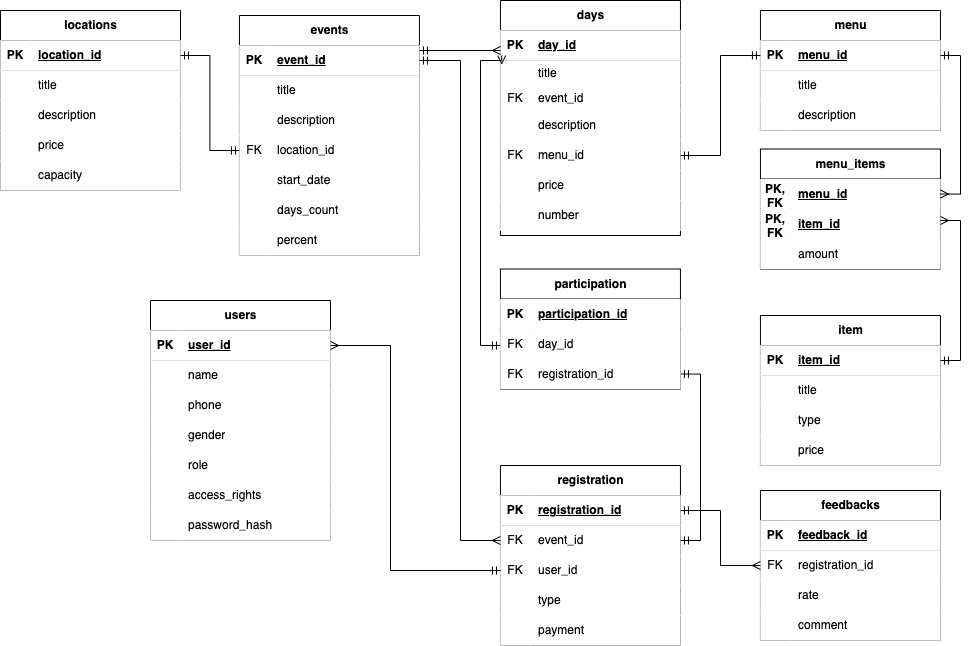
This is docs/database/images/db.png from Kori-Tamashi/Eventor, a draw.io export, as it was before one commit. Source tidied: cells renumbered, new cells last; positions are measured from the earlier drawing's top-left corner, leaving out a move shared by most shapes.
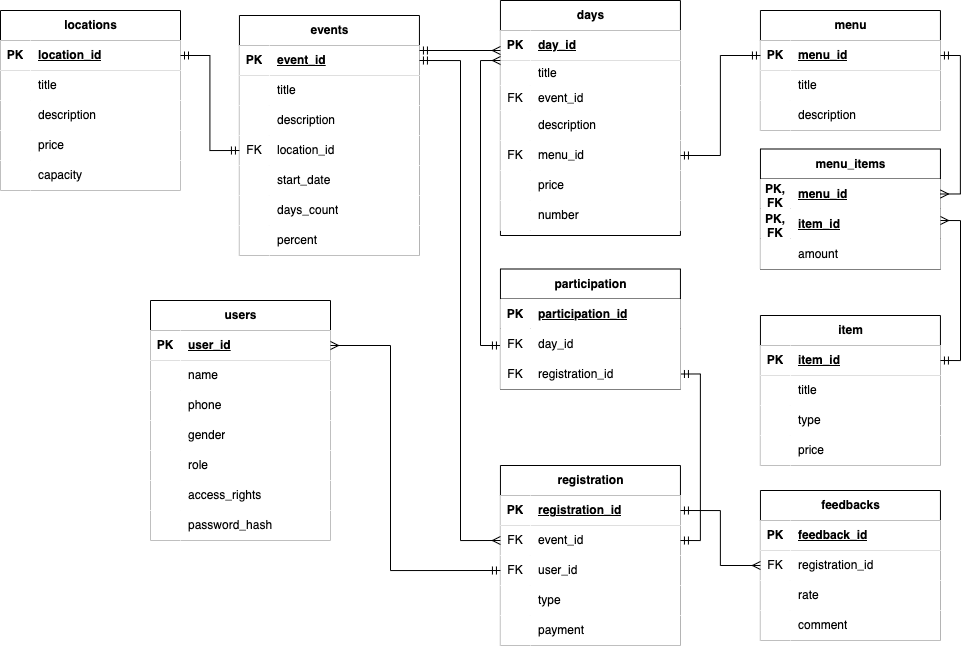
After the commit.

Diff of the diagram source:
```diff
@@ -466,9 +466,10 @@
         </Array>
       </mxGeometry>
     </mxCell>
-    <mxCell id="152" style="edgeStyle=orthogonalEdgeStyle;rounded=0;jettySize=auto;html=1;exitX=0;exitY=0.5;exitDx=0;exitDy=0;entryX=0.007;entryY=0.838;entryDx=0;entryDy=0;entryPerimeter=0;startArrow=ERmandOne;startFill=0;endArrow=ERmany;endFill=0;" parent="1" edge="1" target="41">
+    <mxCell id="152" style="edgeStyle=orthogonalEdgeStyle;rounded=0;orthogonalLoop=1;jettySize=auto;html=1;exitX=0;exitY=0.5;exitDx=0;exitDy=0;startArrow=ERmandOne;startFill=0;endArrow=ERmany;endFill=0;" parent="1" edge="1">
       <mxGeometry relative="1" as="geometry">
         <mxPoint x="499.9" y="345" as="sourcePoint" />
+        <mxPoint x="500" y="60" as="targetPoint" />
         <Array as="points">
           <mxPoint x="480" y="345" />
           <mxPoint x="480" y="60" />
```
